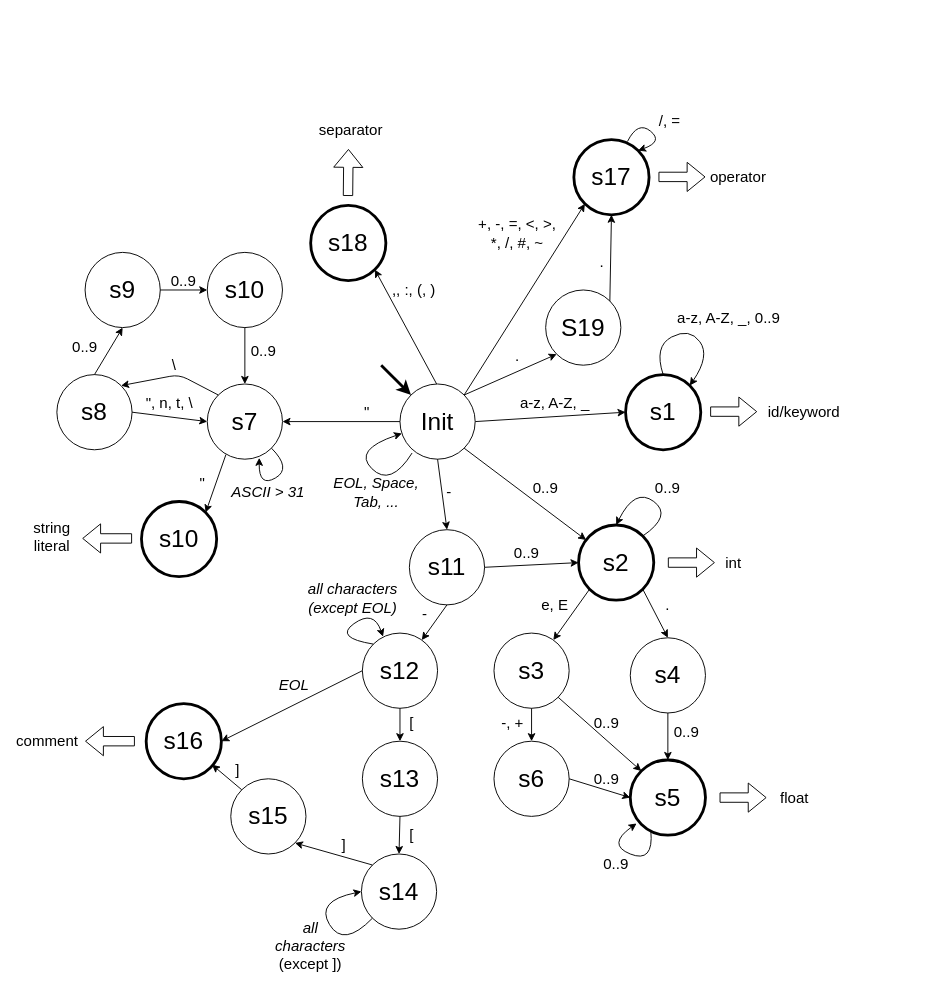
This is fsm.drawio from vojone/IFJ21, a draw.io file, before an edit. Source tidied: cells renumbered, new cells numbered last; positions are measured from the earlier drawing's top-left corner, leaving out a move shared by most shapes. Both pictures are drawn from the tidied source at 94%, with x=0, y=0 at pixel (28, 111).
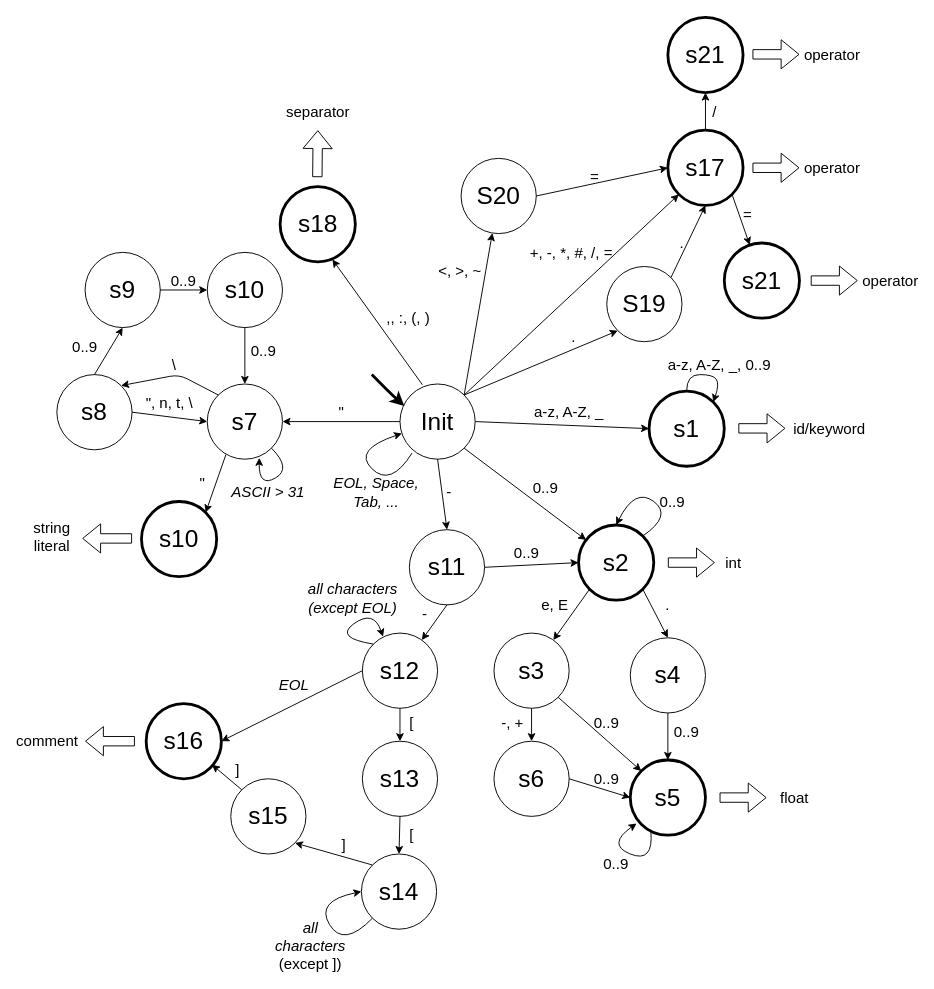
After the change.

Commit message (it also covers changes not shown here):
Scanner tests were fixed and extended, fixed scanner fsm model in fsm.drawio

Unchanged cells that the change refers to:
```xml
<mxCell id="4" value="Init" style="ellipse;whiteSpace=wrap;html=1;fontSize=26;" parent="1" vertex="1">
  <mxGeometry x="395" y="290" width="80" height="80" as="geometry" />
</mxCell>
```

The edit, as a diff of the source:
```diff
@@
     <mxCell id="3" value="a-z, A-Z, _" style="text;html=1;strokeColor=none;fillColor=none;align=center;verticalAlign=middle;whiteSpace=wrap;rounded=0;fontSize=16;" parent="1" vertex="1">
-      <mxGeometry x="520" y="300" width="80" height="20" as="geometry" />
+      <mxGeometry x="535" y="310" width="80" height="20" as="geometry" />
     </mxCell>
@@
     <mxCell id="5" value="s1" style="ellipse;whiteSpace=wrap;html=1;fontSize=26;strokeWidth=3;" parent="1" vertex="1">
-      <mxGeometry x="635" y="280" width="80" height="80" as="geometry" />
+      <mxGeometry x="660" y="297.5" width="80" height="80" as="geometry" />
     </mxCell>
     <mxCell id="6" style="curved=1;endArrow=classic;html=1;fontSize=26;exitX=0.5;exitY=0;exitDx=0;exitDy=0;entryX=1;entryY=0;entryDx=0;entryDy=0;" parent="1" edge="1" source="5" target="5">
       <mxGeometry relative="1" as="geometry">
         <Array as="points">
-          <mxPoint x="665" y="250" />
-          <mxPoint x="703" y="230" />
-          <mxPoint x="725" y="260" />
+          <mxPoint x="700" y="280" />
+          <mxPoint x="728" y="280" />
+          <mxPoint x="735" y="290" />
         </Array>
       </mxGeometry>
     </mxCell>
     <mxCell id="7" value="a-z, A-Z, _, 0..9" style="text;html=1;strokeColor=none;fillColor=none;align=center;verticalAlign=middle;whiteSpace=wrap;rounded=0;fontSize=16;" parent="1" vertex="1">
-      <mxGeometry x="685" y="210" width="120" height="20" as="geometry" />
+      <mxGeometry x="675" y="260" width="120" height="20" as="geometry" />
     </mxCell>
@@
     <mxCell id="12" value="0..9" style="text;html=1;strokeColor=none;fillColor=none;align=center;verticalAlign=middle;whiteSpace=wrap;rounded=0;fontSize=16;" parent="1" vertex="1">
-      <mxGeometry x="660" y="390" width="40" height="20" as="geometry" />
+      <mxGeometry x="665" y="405" width="40" height="20" as="geometry" />
     </mxCell>
@@
     <mxCell id="31" value="&quot;" style="text;html=1;strokeColor=none;fillColor=none;align=center;verticalAlign=middle;whiteSpace=wrap;rounded=0;fontSize=16;" parent="1" vertex="1">
-      <mxGeometry x="345" y="310" width="30" height="20" as="geometry" />
+      <mxGeometry x="317.5" y="310" width="30" height="20" as="geometry" />
     </mxCell>
@@
-    <mxCell id="51" style="endArrow=classic;html=1;fontSize=16;entryX=0;entryY=0;entryDx=0;entryDy=0;strokeWidth=3;" parent="1" edge="1" target="4">
+    <mxCell id="51" style="endArrow=classic;html=1;fontSize=16;entryX=0.058;entryY=0.292;entryDx=0;entryDy=0;strokeWidth=3;entryPerimeter=0;" parent="1" edge="1" target="4">
       <mxGeometry relative="1" as="geometry">
-        <mxPoint x="375" y="270" as="sourcePoint" />
+        <mxPoint x="365" y="280" as="sourcePoint" />
+        <Array as="points">
+          <mxPoint x="385" y="300" />
+        </Array>
       </mxGeometry>
     </mxCell>
@@
     <mxCell id="80" value="s17" style="ellipse;whiteSpace=wrap;html=1;fontSize=26;strokeWidth=3;" parent="1" vertex="1">
-      <mxGeometry x="580" y="30" width="80" height="80" as="geometry" />
+      <mxGeometry x="680" y="20" width="80" height="80" as="geometry" />
     </mxCell>
     <mxCell id="81" value="s18" style="ellipse;whiteSpace=wrap;html=1;fontSize=26;strokeWidth=3;" parent="1" vertex="1">
-      <mxGeometry x="300" y="100" width="80" height="80" as="geometry" />
+      <mxGeometry x="267.5" y="80" width="80" height="80" as="geometry" />
     </mxCell>
@@
-    <mxCell id="83" value="+, -, =, &amp;lt;, &amp;gt;, *, /, #, ~" style="text;html=1;strokeColor=none;fillColor=none;align=center;verticalAlign=middle;whiteSpace=wrap;rounded=0;fontSize=16;" parent="1" vertex="1">
-      <mxGeometry x="475" y="120" width="90" height="20" as="geometry" />
+    <mxCell id="83" value="+, -, *, #, /, =" style="text;html=1;strokeColor=none;fillColor=none;align=center;verticalAlign=middle;whiteSpace=wrap;rounded=0;fontSize=16;" parent="1" vertex="1">
+      <mxGeometry x="530" y="140" width="95" height="20" as="geometry" />
     </mxCell>
-    <mxCell id="84" style="curved=1;endArrow=classic;html=1;fontSize=16;exitX=0.713;exitY=0.025;exitDx=0;exitDy=0;exitPerimeter=0;entryX=1;entryY=0;entryDx=0;entryDy=0;" parent="1" edge="1" source="80" target="80">
-      <mxGeometry relative="1" as="geometry">
-        <Array as="points">
-          <mxPoint x="648" y="10" />
-          <mxPoint x="675" y="32" />
-        </Array>
-      </mxGeometry>
-    </mxCell>
-    <mxCell id="85" value="&amp;nbsp;/, =" style="text;html=1;strokeColor=none;fillColor=none;align=center;verticalAlign=middle;whiteSpace=wrap;rounded=0;fontSize=16;" parent="1" vertex="1">
-      <mxGeometry x="635" width="90" height="20" as="geometry" />
+    <mxCell id="85" value="&amp;nbsp;=" style="text;html=1;strokeColor=none;fillColor=none;align=center;verticalAlign=middle;whiteSpace=wrap;rounded=0;fontSize=16;" parent="1" vertex="1">
+      <mxGeometry x="555" y="60" width="90" height="20" as="geometry" />
     </mxCell>
-    <mxCell id="86" style="endArrow=classic;html=1;fontSize=16;entryX=1;entryY=1;entryDx=0;entryDy=0;" parent="1" edge="1" target="81">
-      <mxGeometry relative="1" as="geometry">
-        <mxPoint x="434" y="290" as="sourcePoint" />
-      </mxGeometry>
+    <mxCell id="86" style="endArrow=classic;html=1;fontSize=16;entryX=0.695;entryY=0.969;entryDx=0;entryDy=0;entryPerimeter=0;exitX=0.298;exitY=0.01;exitDx=0;exitDy=0;exitPerimeter=0;" parent="1" edge="1" source="4" target="81">
+      <mxGeometry relative="1" as="geometry" />
     </mxCell>
     <mxCell id="87" value=",, :, (, )" style="text;html=1;strokeColor=none;fillColor=none;align=center;verticalAlign=middle;whiteSpace=wrap;rounded=0;fontSize=16;" parent="1" vertex="1">
-      <mxGeometry x="380" y="180" width="60" height="20" as="geometry" />
+      <mxGeometry x="374" y="210" width="60" height="20" as="geometry" />
     </mxCell>
@@
     <mxCell id="90" style="shape=flexArrow;endArrow=classic;html=1;fontSize=16;strokeWidth=1;" parent="1" edge="1">
       <mxGeometry relative="1" as="geometry">
-        <mxPoint x="725" y="319.4" as="sourcePoint" />
-        <mxPoint x="775" y="319.4" as="targetPoint" />
+        <mxPoint x="755" y="337.2" as="sourcePoint" />
+        <mxPoint x="805" y="337.2" as="targetPoint" />
       </mxGeometry>
     </mxCell>
     <mxCell id="91" style="shape=flexArrow;endArrow=classic;html=1;fontSize=16;strokeWidth=1;" parent="1" edge="1">
       <mxGeometry relative="1" as="geometry">
-        <mxPoint x="670" y="69.7" as="sourcePoint" />
-        <mxPoint x="720" y="69.7" as="targetPoint" />
+        <mxPoint x="770" y="60" as="sourcePoint" />
+        <mxPoint x="820" y="60" as="targetPoint" />
       </mxGeometry>
     </mxCell>
     <mxCell id="92" style="shape=flexArrow;endArrow=classic;html=1;fontSize=16;strokeWidth=1;" parent="1" edge="1">
       <mxGeometry relative="1" as="geometry">
-        <mxPoint x="339.7" y="90" as="sourcePoint" />
-        <mxPoint x="340.2" y="40" as="targetPoint" />
+        <mxPoint x="307.1" y="70" as="sourcePoint" />
+        <mxPoint x="307.6" y="20" as="targetPoint" />
       </mxGeometry>
     </mxCell>
@@
     <mxCell id="97" value="id/keyword" style="text;html=1;strokeColor=none;fillColor=none;align=center;verticalAlign=middle;whiteSpace=wrap;rounded=0;fontSize=16;" parent="1" vertex="1">
-      <mxGeometry x="805" y="310" width="40" height="20" as="geometry" />
+      <mxGeometry x="832" y="327.5" width="40" height="20" as="geometry" />
     </mxCell>
     <mxCell id="98" value="operator" style="text;html=1;strokeColor=none;fillColor=none;align=center;verticalAlign=middle;whiteSpace=wrap;rounded=0;fontSize=16;" parent="1" vertex="1">
-      <mxGeometry x="735" y="60" width="40" height="20" as="geometry" />
+      <mxGeometry x="835" y="50" width="40" height="20" as="geometry" />
     </mxCell>
     <mxCell id="99" value="separator" style="text;html=1;strokeColor=none;fillColor=none;align=center;verticalAlign=middle;whiteSpace=wrap;rounded=0;fontSize=16;" parent="1" vertex="1">
-      <mxGeometry x="322.5" y="10" width="40" height="20" as="geometry" />
+      <mxGeometry x="287.5" y="-10" width="40" height="20" as="geometry" />
     </mxCell>
@@
     <mxCell id="105" value="S19" style="ellipse;whiteSpace=wrap;html=1;fontSize=26;" parent="1" vertex="1">
-      <mxGeometry x="550" y="190" width="80" height="80" as="geometry" />
+      <mxGeometry x="615" y="165" width="80" height="80" as="geometry" />
     </mxCell>
@@
     <mxCell id="107" value="." style="text;html=1;strokeColor=none;fillColor=none;align=center;verticalAlign=middle;whiteSpace=wrap;rounded=0;fontSize=16;" parent="1" vertex="1">
-      <mxGeometry x="600" y="150" width="20" height="20" as="geometry" />
+      <mxGeometry x="685" y="130" width="20" height="20" as="geometry" />
     </mxCell>
     <mxCell id="108" value="." style="text;html=1;strokeColor=none;fillColor=none;align=center;verticalAlign=middle;whiteSpace=wrap;rounded=0;fontSize=16;" parent="1" vertex="1">
-      <mxGeometry x="475" y="250" width="90" height="20" as="geometry" />
+      <mxGeometry x="570" y="230" width="20" height="20" as="geometry" />
     </mxCell>
+    <mxCell id="109" value="S20" style="ellipse;whiteSpace=wrap;html=1;fontSize=26;" parent="1" vertex="1">
+      <mxGeometry x="460" y="50" width="80" height="80" as="geometry" />
+    </mxCell>
+    <mxCell id="110" style="endArrow=classic;html=1;fontSize=16;exitX=1;exitY=0;exitDx=0;exitDy=0;" parent="1" edge="1" source="4" target="109">
+      <mxGeometry relative="1" as="geometry" />
+    </mxCell>
+    <mxCell id="111" value="&amp;lt;, &amp;gt;, ~" style="text;html=1;strokeColor=none;fillColor=none;align=center;verticalAlign=middle;whiteSpace=wrap;rounded=0;fontSize=16;" parent="1" vertex="1">
+      <mxGeometry x="414" y="160" width="90" height="20" as="geometry" />
+    </mxCell>
+    <mxCell id="112" style="endArrow=classic;html=1;fontSize=16;exitX=1;exitY=0.5;exitDx=0;exitDy=0;entryX=0;entryY=0.5;entryDx=0;entryDy=0;" parent="1" edge="1" source="109" target="80">
+      <mxGeometry relative="1" as="geometry" />
+    </mxCell>
+    <mxCell id="113" value="s21" style="ellipse;whiteSpace=wrap;html=1;fontSize=26;strokeWidth=3;" parent="1" vertex="1">
+      <mxGeometry x="680" y="-100" width="80" height="80" as="geometry" />
+    </mxCell>
+    <mxCell id="114" style="endArrow=classic;html=1;fontSize=16;entryX=0.5;entryY=1;entryDx=0;entryDy=0;exitX=0.5;exitY=0;exitDx=0;exitDy=0;" parent="1" edge="1" source="80" target="113">
+      <mxGeometry relative="1" as="geometry" />
+    </mxCell>
+    <mxCell id="115" value="/" style="text;html=1;strokeColor=none;fillColor=none;align=center;verticalAlign=middle;whiteSpace=wrap;rounded=0;fontSize=16;" parent="1" vertex="1">
+      <mxGeometry x="685" y="-10" width="90" height="20" as="geometry" />
+    </mxCell>
+    <mxCell id="116" style="shape=flexArrow;endArrow=classic;html=1;fontSize=16;strokeWidth=1;" parent="1" edge="1">
+      <mxGeometry relative="1" as="geometry">
+        <mxPoint x="770" y="-60.7" as="sourcePoint" />
+        <mxPoint x="820" y="-60.7" as="targetPoint" />
+      </mxGeometry>
+    </mxCell>
+    <mxCell id="117" value="operator" style="text;html=1;strokeColor=none;fillColor=none;align=center;verticalAlign=middle;whiteSpace=wrap;rounded=0;fontSize=16;" parent="1" vertex="1">
+      <mxGeometry x="835" y="-70" width="40" height="20" as="geometry" />
+    </mxCell>
+    <mxCell id="118" value="s21" style="ellipse;whiteSpace=wrap;html=1;fontSize=26;strokeWidth=3;" parent="1" vertex="1">
+      <mxGeometry x="740" y="140" width="80" height="80" as="geometry" />
+    </mxCell>
+    <mxCell id="119" style="endArrow=classic;html=1;fontSize=16;exitX=1;exitY=1;exitDx=0;exitDy=0;" parent="1" edge="1" source="80" target="118">
+      <mxGeometry relative="1" as="geometry" />
+    </mxCell>
+    <mxCell id="120" value="=" style="text;html=1;strokeColor=none;fillColor=none;align=center;verticalAlign=middle;whiteSpace=wrap;rounded=0;fontSize=16;" parent="1" vertex="1">
+      <mxGeometry x="720" y="100" width="90" height="20" as="geometry" />
+    </mxCell>
+    <mxCell id="121" style="shape=flexArrow;endArrow=classic;html=1;fontSize=16;strokeWidth=1;" parent="1" edge="1">
+      <mxGeometry relative="1" as="geometry">
+        <mxPoint x="832" y="180" as="sourcePoint" />
+        <mxPoint x="882" y="180" as="targetPoint" />
+      </mxGeometry>
+    </mxCell>
+    <mxCell id="122" value="operator" style="text;html=1;strokeColor=none;fillColor=none;align=center;verticalAlign=middle;whiteSpace=wrap;rounded=0;fontSize=16;" parent="1" vertex="1">
+      <mxGeometry x="897" y="170" width="40" height="20" as="geometry" />
+    </mxCell>
```
